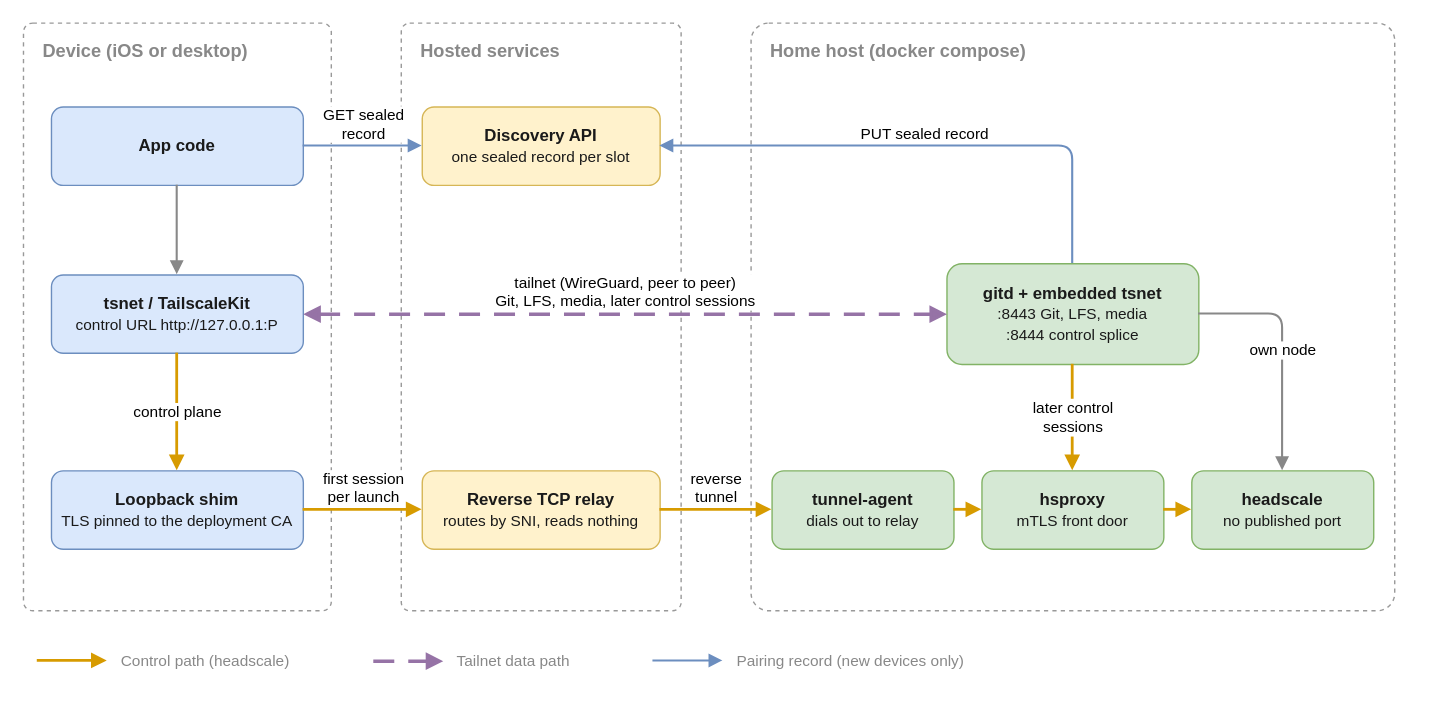
Above: docs/docs/gitdb/connectivity/topology.drawio.svg in mr-andreas/replycant (draw.io), before the change. Source tidied: cells renumbered, new cells last; positions are measured from the earlier drawing's top-left corner, leaving out a move shared by most shapes.
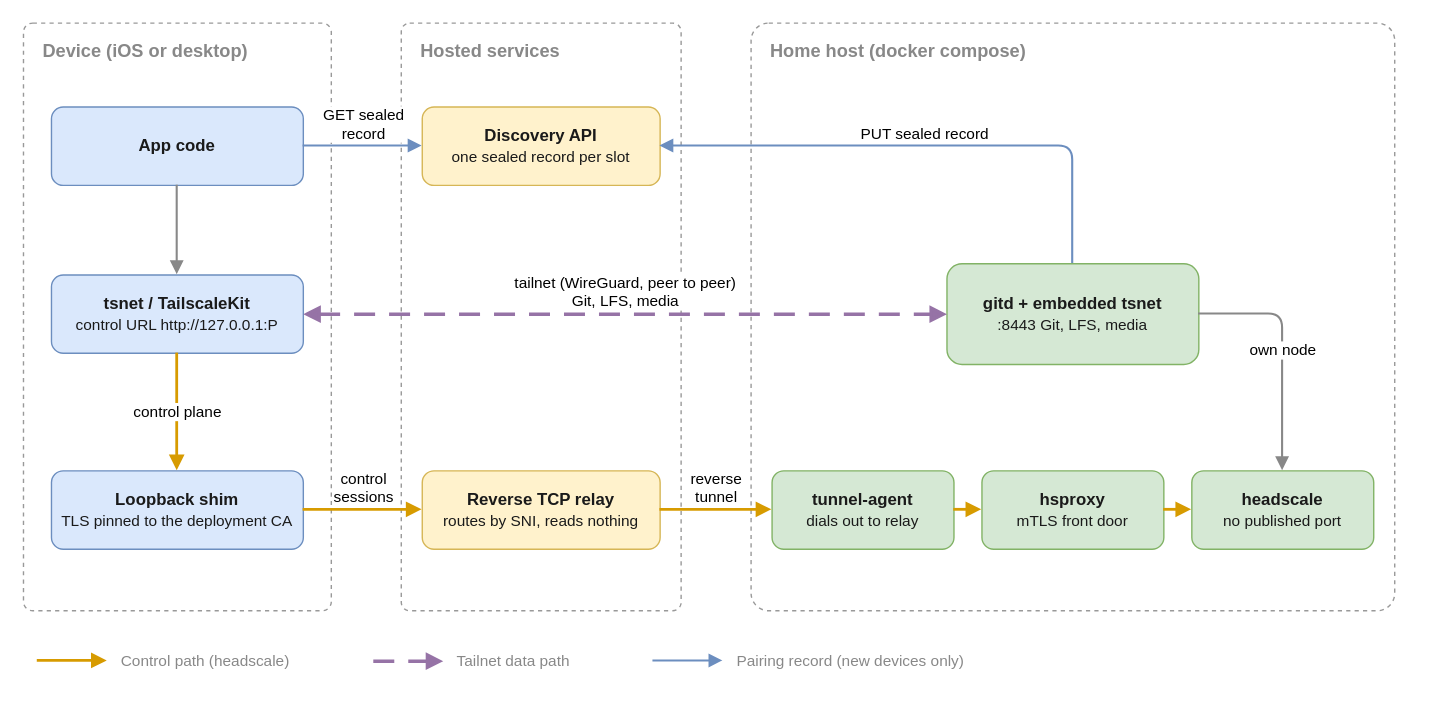
Later version of the same file.

Diff of the diagram source:
```diff
@@ -26,7 +26,7 @@
     <mxCell id="9" value="&lt;b&gt;Reverse TCP relay&lt;/b&gt;&lt;br&gt;&lt;font style=&quot;font-size:11px&quot;&gt;routes by SNI, reads nothing&lt;/font&gt;" style="rounded=1;whiteSpace=wrap;html=1;fillColor=#fff2cc;strokeColor=#d6b656;fontColor=#1a1a1a;fontSize=12;" parent="1" vertex="1">
       <mxGeometry x="285" y="320" width="170" height="56" as="geometry" />
     </mxCell>
-    <mxCell id="10" value="&lt;b&gt;gitd + embedded tsnet&lt;/b&gt;&lt;br&gt;&lt;font style=&quot;font-size:11px&quot;&gt;:8443 Git, LFS, media&lt;br&gt;:8444 control splice&lt;/font&gt;" style="rounded=1;whiteSpace=wrap;html=1;fillColor=#d5e8d4;strokeColor=#82b366;fontColor=#1a1a1a;fontSize=12;" parent="1" vertex="1">
+    <mxCell id="10" value="&lt;b&gt;gitd + embedded tsnet&lt;/b&gt;&lt;br&gt;&lt;font style=&quot;font-size:11px&quot;&gt;:8443 Git, LFS, media&lt;/font&gt;" style="rounded=1;whiteSpace=wrap;html=1;fillColor=#d5e8d4;strokeColor=#82b366;fontColor=#1a1a1a;fontSize=12;" parent="1" vertex="1">
       <mxGeometry x="660" y="172" width="180" height="72" as="geometry" />
     </mxCell>
     <mxCell id="11" value="&lt;b&gt;tunnel-agent&lt;/b&gt;&lt;br&gt;&lt;font style=&quot;font-size:11px&quot;&gt;dials out to relay&lt;/font&gt;" style="rounded=1;whiteSpace=wrap;html=1;fillColor=#d5e8d4;strokeColor=#82b366;fontColor=#1a1a1a;fontSize=12;" parent="1" vertex="1">
@@ -44,7 +44,7 @@
     <mxCell id="15" value="control plane" style="endArrow=block;endFill=1;html=1;strokeColor=#d79b00;strokeWidth=2;fontSize=11;labelBackgroundColor=default;" parent="1" edge="1" source="6" target="7">
       <mxGeometry relative="1" as="geometry" />
     </mxCell>
-    <mxCell id="16" value="first session&lt;br&gt;per launch" style="endArrow=block;endFill=1;html=1;strokeColor=#d79b00;strokeWidth=2;fontSize=11;verticalAlign=bottom;labelBackgroundColor=default;" parent="1" edge="1" source="7" target="9">
+    <mxCell id="16" value="control&lt;br&gt;sessions" style="endArrow=block;endFill=1;html=1;strokeColor=#d79b00;strokeWidth=2;fontSize=11;verticalAlign=bottom;labelBackgroundColor=default;" parent="1" edge="1" source="7" target="9">
       <mxGeometry relative="1" as="geometry" />
     </mxCell>
     <mxCell id="17" value="reverse&lt;br&gt;tunnel" style="endArrow=block;endFill=1;html=1;strokeColor=#d79b00;strokeWidth=2;fontSize=11;verticalAlign=bottom;labelBackgroundColor=default;" parent="1" edge="1" source="9" target="11">
@@ -56,13 +56,10 @@
     <mxCell id="19" style="endArrow=block;endFill=1;html=1;strokeColor=#d79b00;strokeWidth=2;" parent="1" edge="1" source="12" target="13">
       <mxGeometry relative="1" as="geometry" />
     </mxCell>
-    <mxCell id="20" value="later control&lt;br&gt;sessions" style="endArrow=block;endFill=1;html=1;strokeColor=#d79b00;strokeWidth=2;fontSize=11;labelBackgroundColor=default;" parent="1" edge="1" source="10" target="12">
-      <mxGeometry relative="1" as="geometry" />
-    </mxCell>
     <mxCell id="21" value="own node" style="edgeStyle=orthogonalEdgeStyle;rounded=1;endArrow=block;endFill=1;html=1;strokeColor=#888888;strokeWidth=1.5;fontSize=11;exitX=1;exitY=0.5;entryX=0.5;entryY=0;labelBackgroundColor=default;" parent="1" edge="1" source="10" target="13">
       <mxGeometry relative="1" as="geometry" />
     </mxCell>
-    <mxCell id="22" value="tailnet (WireGuard, peer to peer)&lt;br&gt;Git, LFS, media, later control sessions" style="endArrow=block;endFill=1;startArrow=block;startFill=1;html=1;strokeColor=#9673a6;strokeWidth=2.5;dashed=1;dashPattern=6 4;fontSize=11;verticalAlign=bottom;labelBackgroundColor=default;" parent="1" edge="1" source="6" target="10">
+    <mxCell id="22" value="tailnet (WireGuard, peer to peer)&lt;br&gt;Git, LFS, media" style="endArrow=block;endFill=1;startArrow=block;startFill=1;html=1;strokeColor=#9673a6;strokeWidth=2.5;dashed=1;dashPattern=6 4;fontSize=11;verticalAlign=bottom;labelBackgroundColor=default;" parent="1" edge="1" source="6" target="10">
       <mxGeometry relative="1" as="geometry" />
     </mxCell>
     <mxCell id="23" value="GET sealed&lt;br&gt;record" style="endArrow=block;endFill=1;html=1;strokeColor=#6c8ebf;strokeWidth=1.5;fontSize=11;verticalAlign=bottom;labelBackgroundColor=default;" parent="1" edge="1" source="5" target="8">
```
